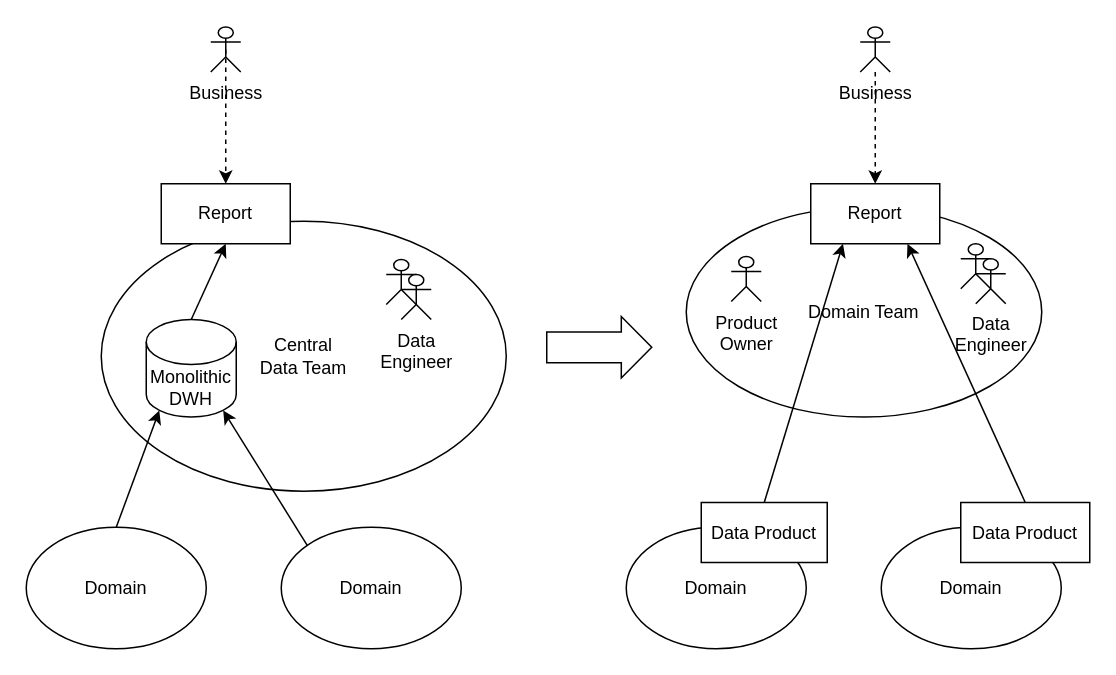
Above: diagrams/newdomainteam.drawio in datamesh-architecture/datamesh-architecture.com (draw.io), before the change. Source tidied: cells renumbered, new cells numbered last; positions are measured from the earlier drawing's top-left corner, leaving out a move shared by most shapes. Both pictures are drawn from the tidied source at 150%, with x=0, y=0 at pixel (26, 26).
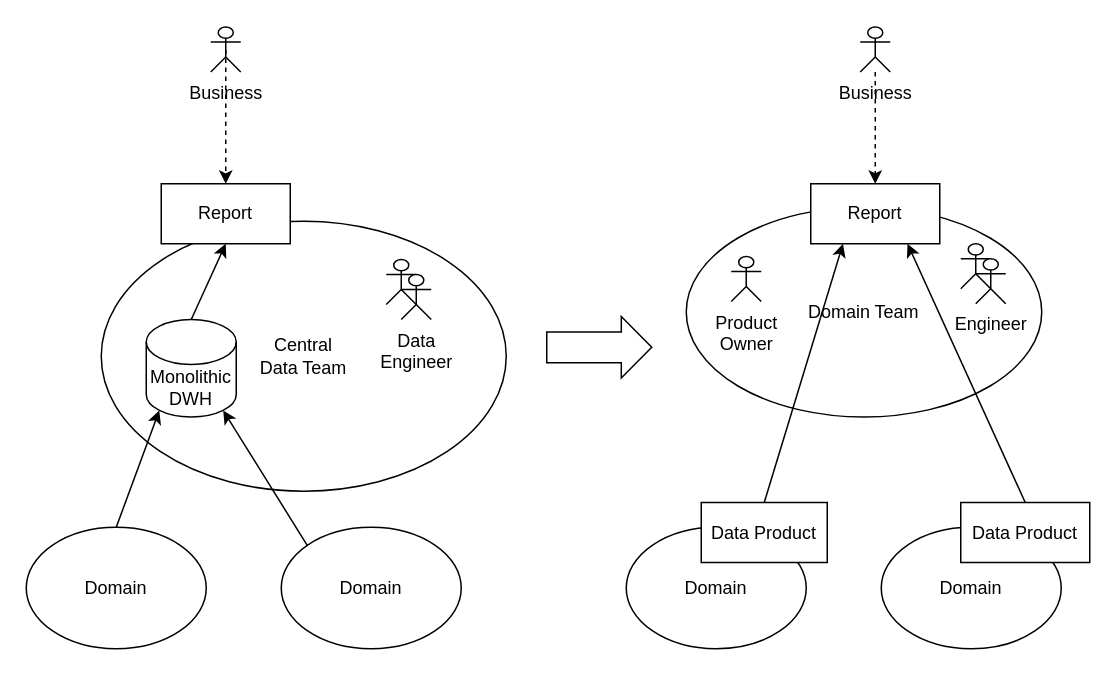
The same diagram, later.

Diff of the diagram source:
```diff
@@
-    <mxCell id="13" value="Data &lt;br&gt;Engineer" style="shape=umlActor;verticalLabelPosition=bottom;verticalAlign=top;html=1;" parent="1" vertex="1">
+    <mxCell id="13" value="Engineer" style="shape=umlActor;verticalLabelPosition=bottom;verticalAlign=top;html=1;" parent="1" vertex="1">
       <mxGeometry x="633" y="155" width="20" height="30" as="geometry" />
     </mxCell>
```
